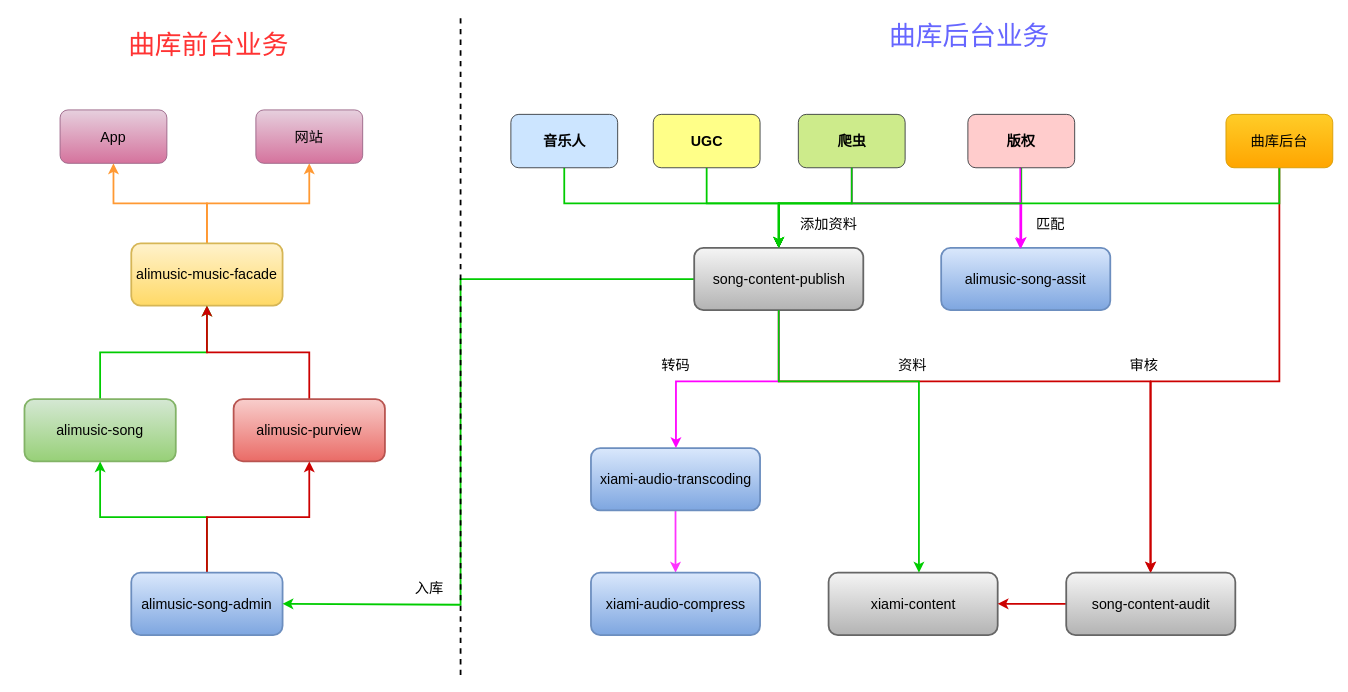
The draw.io diagram 曲库全新架构.drawio in QuanCong/draw, before the edit. Source tidied: cells renumbered, new cells numbered last; positions are measured from the earlier drawing's top-left corner, leaving out a move shared by most shapes. Both pictures are drawn from the tidied source at 89%, with x=0, y=0 at pixel (24, 16).
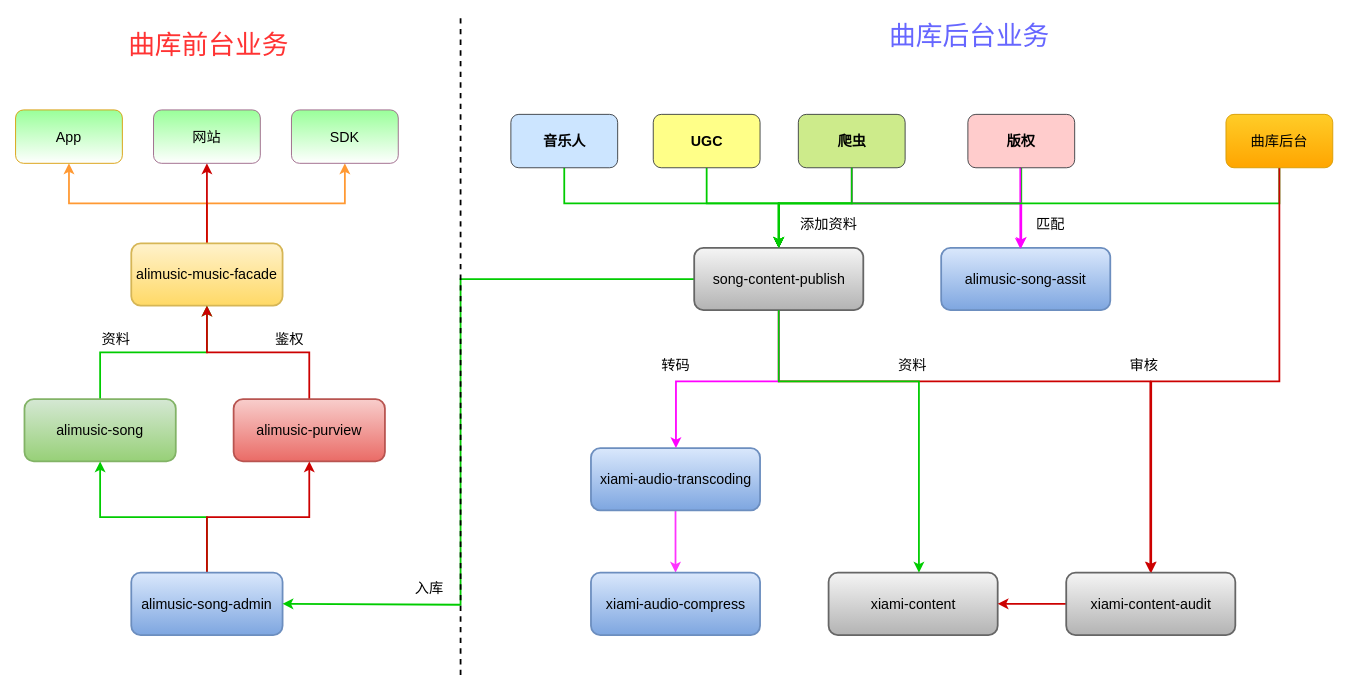
After the change.

Commit message:
Update 曲库全新架构.drawio

Unchanged cells that the change refers to:
```xml
<mxCell id="5" value="alimusic-music-facade" style="rounded=1;whiteSpace=wrap;html=1;strokeWidth=2;gradientColor=#ffd966;fillColor=#fff2cc;strokeColor=#d6b656;fontSize=16;" parent="1" vertex="1">
  <mxGeometry x="120" y="255" width="170" height="70" as="geometry" />
</mxCell>
<mxCell id="21" value="song-content-publish" style="rounded=1;whiteSpace=wrap;html=1;strokeWidth=2;gradientColor=#b3b3b3;fillColor=#f5f5f5;strokeColor=#666666;fontSize=16;" parent="1" vertex="1">
  <mxGeometry x="752.5" y="260" width="190" height="70" as="geometry" />
</mxCell>
<mxCell id="37" value="曲库后台" style="rounded=1;whiteSpace=wrap;html=1;fillColor=#ffcd28;strokeColor=#d79b00;gradientColor=#ffa500;fontSize=16;fontColor=#000000;" parent="1" vertex="1">
  <mxGeometry x="1350" y="110" width="120" height="60" as="geometry" />
</mxCell>
```

The edit, as a diff of the source:
```diff
@@
+    <mxCell id="49" style="edgeStyle=orthogonalEdgeStyle;rounded=0;jettySize=auto;html=1;exitX=0.5;exitY=0;exitDx=0;exitDy=0;entryX=0.5;entryY=1;entryDx=0;entryDy=0;strokeColor=#CC0000;strokeWidth=2;" parent="1" edge="1" source="5" target="52">
+      <mxGeometry relative="1" as="geometry" />
+    </mxCell>
@@
-    <mxCell id="31" value="&lt;font style=&quot;font-size: 16px;&quot;&gt;App&lt;/font&gt;" style="rounded=1;whiteSpace=wrap;html=1;fillColor=#e6d0de;strokeColor=#996185;fontSize=16;gradientColor=#d5739d;" parent="1" vertex="1">
-      <mxGeometry x="40" y="105" width="120" height="60" as="geometry" />
+    <mxCell id="31" value="&lt;font style=&quot;font-size: 16px;&quot;&gt;App&lt;/font&gt;" style="rounded=1;whiteSpace=wrap;html=1;fillColor=#99FF99;strokeColor=#d79b00;fontSize=16;gradientColor=#ffffff;" parent="1" vertex="1">
+      <mxGeometry x="-10" y="105" width="120" height="60" as="geometry" />
     </mxCell>
-    <mxCell id="32" value="网站" style="rounded=1;whiteSpace=wrap;html=1;fillColor=#e6d0de;strokeColor=#996185;fontSize=16;gradientColor=#d5739d;" parent="1" vertex="1">
-      <mxGeometry x="260" y="105" width="120" height="60" as="geometry" />
+    <mxCell id="32" value="SDK" style="rounded=1;whiteSpace=wrap;html=1;fillColor=#99FF99;strokeColor=#996185;fontSize=16;gradientColor=#FFFFFF;gradientDirection=south;" parent="1" vertex="1">
+      <mxGeometry x="300" y="105" width="120" height="60" as="geometry" />
     </mxCell>
@@
-    <mxCell id="34" value="song-content-audit" style="rounded=1;whiteSpace=wrap;html=1;strokeWidth=2;gradientColor=#b3b3b3;fillColor=#f5f5f5;strokeColor=#666666;fontSize=16;" parent="1" vertex="1">
+    <mxCell id="34" value="xiami-content-audit" style="rounded=1;whiteSpace=wrap;html=1;strokeWidth=2;gradientColor=#b3b3b3;fillColor=#f5f5f5;strokeColor=#666666;fontSize=16;" parent="1" vertex="1">
       <mxGeometry x="1170.5" y="625" width="190" height="70" as="geometry" />
     </mxCell>
+    <mxCell id="36" style="edgeStyle=orthogonalEdgeStyle;rounded=0;jettySize=auto;html=1;entryX=0.5;entryY=0;entryDx=0;entryDy=0;startArrow=none;startFill=0;strokeColor=#00CC00;fontSize=16;strokeWidth=2;" parent="1" edge="1" source="37" target="21">
+      <mxGeometry relative="1" as="geometry">
+        <Array as="points">
+          <mxPoint x="1410" y="210" />
+          <mxPoint x="848" y="210" />
+        </Array>
+      </mxGeometry>
+    </mxCell>
-    <mxCell id="35" style="edgeStyle=orthogonalEdgeStyle;rounded=0;jettySize=auto;html=1;exitX=0.5;exitY=1;exitDx=0;exitDy=0;entryX=0.5;entryY=0;entryDx=0;entryDy=0;startArrow=none;startFill=0;strokeColor=#CC0000;fontSize=16;strokeWidth=2;" parent="1" edge="1" source="37" target="34">
+    <mxCell id="35" style="edgeStyle=orthogonalEdgeStyle;rounded=0;jettySize=auto;html=1;exitX=0.5;exitY=1;exitDx=0;exitDy=0;strokeColor=#CC0000;strokeWidth=2;" parent="1" edge="1" source="37" target="34">
       <mxGeometry relative="1" as="geometry">
         <Array as="points">
           <mxPoint x="1410" y="410" />
-          <mxPoint x="1265" y="410" />
+          <mxPoint x="1266" y="410" />
         </Array>
       </mxGeometry>
     </mxCell>
-    <mxCell id="36" style="edgeStyle=orthogonalEdgeStyle;rounded=0;jettySize=auto;html=1;entryX=0.5;entryY=0;entryDx=0;entryDy=0;startArrow=none;startFill=0;strokeColor=#00CC00;fontSize=16;strokeWidth=2;" parent="1" edge="1" source="37" target="21">
-      <mxGeometry relative="1" as="geometry">
-        <Array as="points">
-          <mxPoint x="1410" y="210" />
-          <mxPoint x="848" y="210" />
-        </Array>
-      </mxGeometry>
-    </mxCell>
@@
+    <mxCell id="50" value="资料" style="text;html=1;align=left;verticalAlign=top;spacingTop=-4;fontSize=16;strokeWidth=3;" parent="1" vertex="1">
+      <mxGeometry x="85" y="350" width="50" height="20" as="geometry" />
+    </mxCell>
+    <mxCell id="51" value="鉴权" style="text;html=1;align=left;verticalAlign=top;spacingTop=-4;fontSize=16;strokeWidth=3;" parent="1" vertex="1">
+      <mxGeometry x="280" y="350" width="50" height="20" as="geometry" />
+    </mxCell>
+    <mxCell id="52" value="网站" style="rounded=1;whiteSpace=wrap;html=1;fillColor=#99FF99;strokeColor=#996185;fontSize=16;gradientColor=#ffffff;" parent="1" vertex="1">
+      <mxGeometry x="145" y="105" width="120" height="60" as="geometry" />
+    </mxCell>
```
